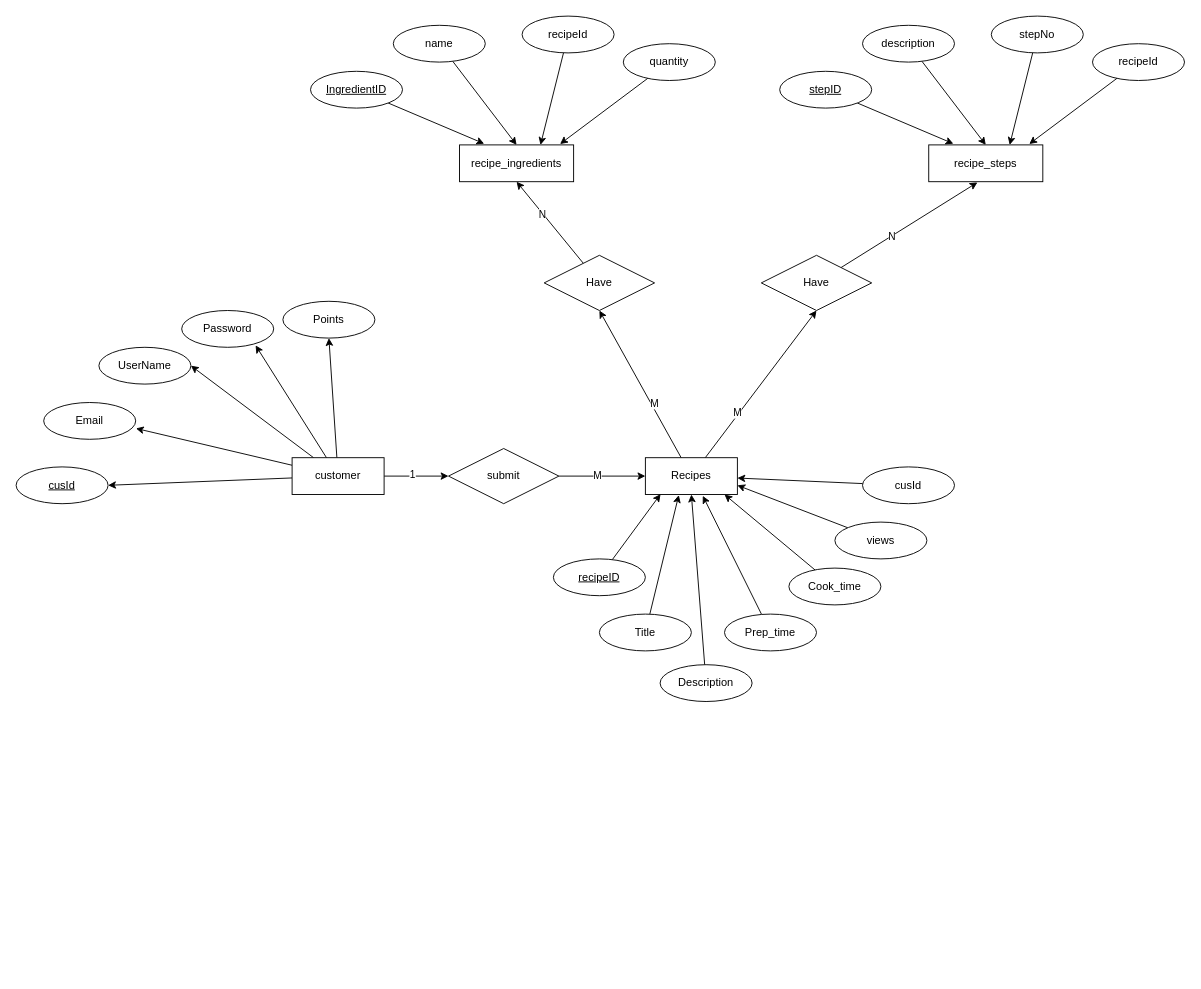
Above: Recipe ER.drawio in ziard47/Diagram (draw.io), before the change. Source tidied: cells renumbered, new cells numbered last; positions are measured from the earlier drawing's top-left corner, leaving out a move shared by most shapes. Both pictures are drawn from the tidied source at 92%, with x=0, y=0 at pixel (16, 16).
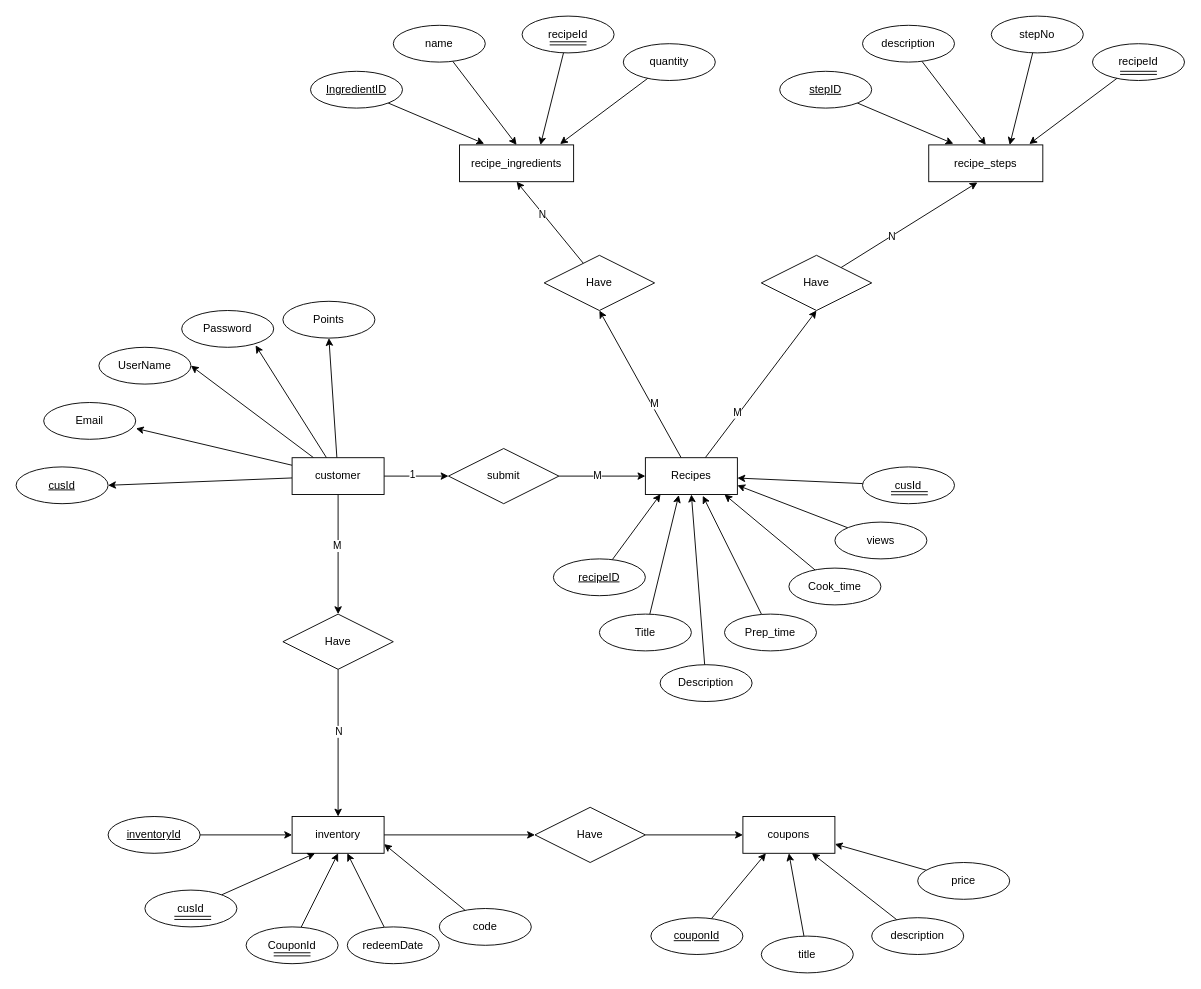
After the change.

The change refers to these unchanged cells:
```xml
<mxCell id="9" value="customer" style="whiteSpace=wrap;html=1;align=center;" parent="1" vertex="1">
  <mxGeometry x="300" y="480" width="100" height="40" as="geometry" />
</mxCell>
```

Change to the diagram source:
```diff
@@
+    <mxCell id="61" style="edgeStyle=none;rounded=0;jettySize=auto;html=1;entryX=0.5;entryY=0;entryDx=0;entryDy=0;" parent="1" edge="1" source="9" target="65">
+      <mxGeometry relative="1" as="geometry" />
+    </mxCell>
+    <mxCell id="62" value="M" style="edgeLabel;html=1;align=center;verticalAlign=middle;" parent="61" vertex="1">
+      <mxGeometry x="-0.16" y="-2" relative="1" as="geometry" />
+    </mxCell>
@@
+    <mxCell id="63" style="edgeStyle=none;rounded=0;jettySize=auto;html=1;entryX=0.5;entryY=0;entryDx=0;entryDy=0;" parent="1" edge="1" source="65" target="67">
+      <mxGeometry relative="1" as="geometry" />
+    </mxCell>
+    <mxCell id="64" value="N" style="edgeLabel;html=1;align=center;verticalAlign=middle;" parent="63" vertex="1">
+      <mxGeometry x="-0.16" y="-5" relative="1" as="geometry">
+        <mxPoint x="5" as="offset" />
+      </mxGeometry>
+    </mxCell>
+    <mxCell id="65" value="Have" style="shape=rhombus;perimeter=rhombusPerimeter;whiteSpace=wrap;html=1;align=center;" parent="1" vertex="1">
+      <mxGeometry x="290" y="650" width="120" height="60" as="geometry" />
+    </mxCell>
+    <mxCell id="66" style="edgeStyle=none;rounded=0;jettySize=auto;html=1;entryX=0;entryY=0.5;entryDx=0;entryDy=0;" parent="1" edge="1" source="67" target="84">
+      <mxGeometry relative="1" as="geometry" />
+    </mxCell>
+    <mxCell id="67" value="inventory" style="whiteSpace=wrap;html=1;align=center;" parent="1" vertex="1">
+      <mxGeometry x="300" y="870" width="100" height="40" as="geometry" />
+    </mxCell>
+    <mxCell id="68" style="edgeStyle=none;rounded=0;jettySize=auto;html=1;entryX=0;entryY=0.5;entryDx=0;entryDy=0;" parent="1" edge="1" source="69" target="67">
+      <mxGeometry relative="1" as="geometry" />
+    </mxCell>
+    <mxCell id="69" value="inventoryId" style="ellipse;whiteSpace=wrap;html=1;align=center;fontStyle=4;" parent="1" vertex="1">
+      <mxGeometry x="100" y="870" width="100" height="40" as="geometry" />
+    </mxCell>
+    <mxCell id="70" style="edgeStyle=none;rounded=0;jettySize=auto;html=1;entryX=0.25;entryY=1;entryDx=0;entryDy=0;" parent="1" edge="1" source="71" target="67">
+      <mxGeometry relative="1" as="geometry" />
+    </mxCell>
+    <mxCell id="71" value="cusId" style="ellipse;whiteSpace=wrap;html=1;align=center;" parent="1" vertex="1">
+      <mxGeometry x="140" y="950" width="100" height="40" as="geometry" />
+    </mxCell>
+    <mxCell id="72" style="edgeStyle=none;rounded=0;jettySize=auto;html=1;entryX=0.5;entryY=1;entryDx=0;entryDy=0;" parent="1" edge="1" source="73" target="67">
+      <mxGeometry relative="1" as="geometry" />
+    </mxCell>
+    <mxCell id="73" value="CouponId" style="ellipse;whiteSpace=wrap;html=1;align=center;" parent="1" vertex="1">
+      <mxGeometry x="250" y="990" width="100" height="40" as="geometry" />
+    </mxCell>
+    <mxCell id="74" style="edgeStyle=none;rounded=0;jettySize=auto;html=1;" parent="1" edge="1" source="75" target="67">
+      <mxGeometry relative="1" as="geometry" />
+    </mxCell>
+    <mxCell id="75" value="redeemDate" style="ellipse;whiteSpace=wrap;html=1;align=center;" parent="1" vertex="1">
+      <mxGeometry x="360" y="990" width="100" height="40" as="geometry" />
+    </mxCell>
+    <mxCell id="76" style="edgeStyle=none;rounded=0;jettySize=auto;html=1;entryX=1;entryY=0.75;entryDx=0;entryDy=0;" parent="1" edge="1" source="77" target="67">
+      <mxGeometry relative="1" as="geometry" />
+    </mxCell>
+    <mxCell id="77" value="code" style="ellipse;whiteSpace=wrap;html=1;align=center;" parent="1" vertex="1">
+      <mxGeometry x="460" y="970" width="100" height="40" as="geometry" />
+    </mxCell>
+    <mxCell id="78" value="coupons" style="whiteSpace=wrap;html=1;align=center;" parent="1" vertex="1">
+      <mxGeometry x="790" y="870" width="100" height="40" as="geometry" />
+    </mxCell>
+    <mxCell id="79" style="edgeStyle=none;rounded=0;jettySize=auto;html=1;entryX=0.25;entryY=1;entryDx=0;entryDy=0;" parent="1" edge="1" source="80" target="78">
+      <mxGeometry relative="1" as="geometry" />
+    </mxCell>
+    <mxCell id="80" value="couponId" style="ellipse;whiteSpace=wrap;html=1;align=center;fontStyle=4;" parent="1" vertex="1">
+      <mxGeometry x="690" y="980" width="100" height="40" as="geometry" />
+    </mxCell>
+    <mxCell id="81" style="edgeStyle=none;rounded=0;jettySize=auto;html=1;entryX=0.5;entryY=1;entryDx=0;entryDy=0;" parent="1" edge="1" source="82" target="78">
+      <mxGeometry relative="1" as="geometry" />
+    </mxCell>
+    <mxCell id="82" value="title" style="ellipse;whiteSpace=wrap;html=1;align=center;" parent="1" vertex="1">
+      <mxGeometry x="810" y="1000" width="100" height="40" as="geometry" />
+    </mxCell>
+    <mxCell id="83" style="edgeStyle=none;rounded=0;jettySize=auto;html=1;entryX=0;entryY=0.5;entryDx=0;entryDy=0;" parent="1" edge="1" source="84" target="78">
+      <mxGeometry relative="1" as="geometry" />
+    </mxCell>
+    <mxCell id="84" value="Have" style="shape=rhombus;perimeter=rhombusPerimeter;whiteSpace=wrap;html=1;align=center;" parent="1" vertex="1">
+      <mxGeometry x="564" y="860" width="120" height="60" as="geometry" />
+    </mxCell>
+    <mxCell id="85" style="edgeStyle=none;rounded=0;jettySize=auto;html=1;entryX=0.75;entryY=1;entryDx=0;entryDy=0;" parent="1" edge="1" source="86" target="78">
+      <mxGeometry relative="1" as="geometry" />
+    </mxCell>
+    <mxCell id="86" value="description" style="ellipse;whiteSpace=wrap;html=1;align=center;" parent="1" vertex="1">
+      <mxGeometry x="930" y="980" width="100" height="40" as="geometry" />
+    </mxCell>
+    <mxCell id="87" style="edgeStyle=none;rounded=0;jettySize=auto;html=1;entryX=1;entryY=0.75;entryDx=0;entryDy=0;" parent="1" edge="1" source="88" target="78">
+      <mxGeometry relative="1" as="geometry" />
+    </mxCell>
+    <mxCell id="88" value="price" style="ellipse;whiteSpace=wrap;html=1;align=center;" parent="1" vertex="1">
+      <mxGeometry x="980" y="920" width="100" height="40" as="geometry" />
+    </mxCell>
+    <mxCell id="89" style="endArrow=none;html=1;rounded=0;" parent="1" edge="1">
+      <mxGeometry relative="1" as="geometry">
+        <mxPoint x="172" y="978.5" as="sourcePoint" />
+        <mxPoint x="212" y="978.5" as="targetPoint" />
+      </mxGeometry>
+    </mxCell>
+    <mxCell id="90" style="endArrow=none;html=1;rounded=0;" parent="1" edge="1">
+      <mxGeometry relative="1" as="geometry">
+        <mxPoint x="172" y="981.9" as="sourcePoint" />
+        <mxPoint x="212" y="981.9" as="targetPoint" />
+      </mxGeometry>
+    </mxCell>
+    <mxCell id="91" style="endArrow=none;html=1;rounded=0;" parent="1" edge="1">
+      <mxGeometry relative="1" as="geometry">
+        <mxPoint x="280" y="1018.1" as="sourcePoint" />
+        <mxPoint x="320" y="1018.1" as="targetPoint" />
+      </mxGeometry>
+    </mxCell>
+    <mxCell id="92" style="endArrow=none;html=1;rounded=0;" parent="1" edge="1">
+      <mxGeometry relative="1" as="geometry">
+        <mxPoint x="280" y="1021.5" as="sourcePoint" />
+        <mxPoint x="320" y="1021.5" as="targetPoint" />
+      </mxGeometry>
+    </mxCell>
+    <mxCell id="93" style="endArrow=none;html=1;rounded=0;" parent="1" edge="1">
+      <mxGeometry relative="1" as="geometry">
+        <mxPoint x="951" y="516.9" as="sourcePoint" />
+        <mxPoint x="991" y="516.9" as="targetPoint" />
+      </mxGeometry>
+    </mxCell>
+    <mxCell id="94" style="endArrow=none;html=1;rounded=0;" parent="1" edge="1">
+      <mxGeometry relative="1" as="geometry">
+        <mxPoint x="951" y="520.3" as="sourcePoint" />
+        <mxPoint x="991" y="520.3" as="targetPoint" />
+      </mxGeometry>
+    </mxCell>
+    <mxCell id="95" style="endArrow=none;html=1;rounded=0;" parent="1" edge="1">
+      <mxGeometry relative="1" as="geometry">
+        <mxPoint x="1200" y="60" as="sourcePoint" />
+        <mxPoint x="1240" y="60" as="targetPoint" />
+      </mxGeometry>
+    </mxCell>
+    <mxCell id="96" style="endArrow=none;html=1;rounded=0;" parent="1" edge="1">
+      <mxGeometry relative="1" as="geometry">
+        <mxPoint x="1200" y="63.4" as="sourcePoint" />
+        <mxPoint x="1240" y="63.4" as="targetPoint" />
+      </mxGeometry>
+    </mxCell>
+    <mxCell id="97" style="endArrow=none;html=1;rounded=0;" parent="1" edge="1">
+      <mxGeometry relative="1" as="geometry">
+        <mxPoint x="580" y="27.9" as="sourcePoint" />
+        <mxPoint x="620" y="27.9" as="targetPoint" />
+      </mxGeometry>
+    </mxCell>
+    <mxCell id="98" style="endArrow=none;html=1;rounded=0;" parent="1" edge="1">
+      <mxGeometry relative="1" as="geometry">
+        <mxPoint x="580" y="31.3" as="sourcePoint" />
+        <mxPoint x="620" y="31.3" as="targetPoint" />
+      </mxGeometry>
+    </mxCell>
```
